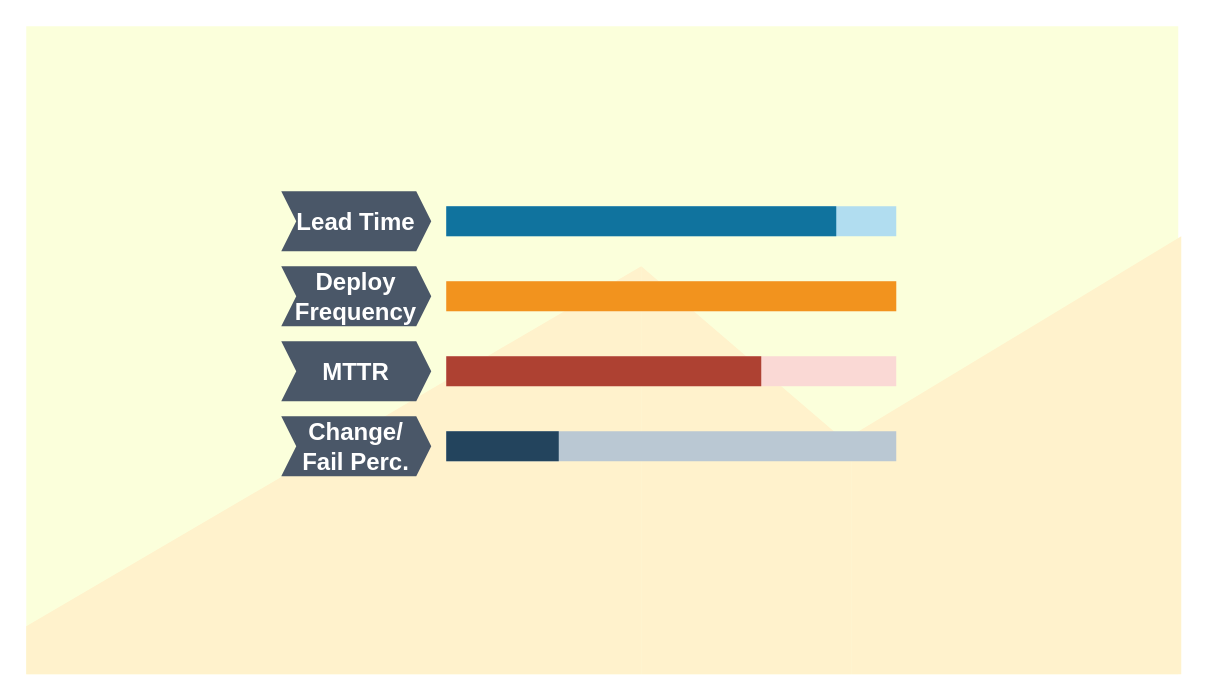
Above: assets/drawio/hero-four_key_metrics.drawio in steffenmueller4/steffenmueller4.github.io (draw.io), before the change. Source tidied: cells renumbered, new cells numbered last; positions are measured from the earlier drawing's top-left corner, leaving out a move shared by most shapes. Both pictures are drawn from the tidied source at 150%, with x=0, y=0 at pixel (26, 26).
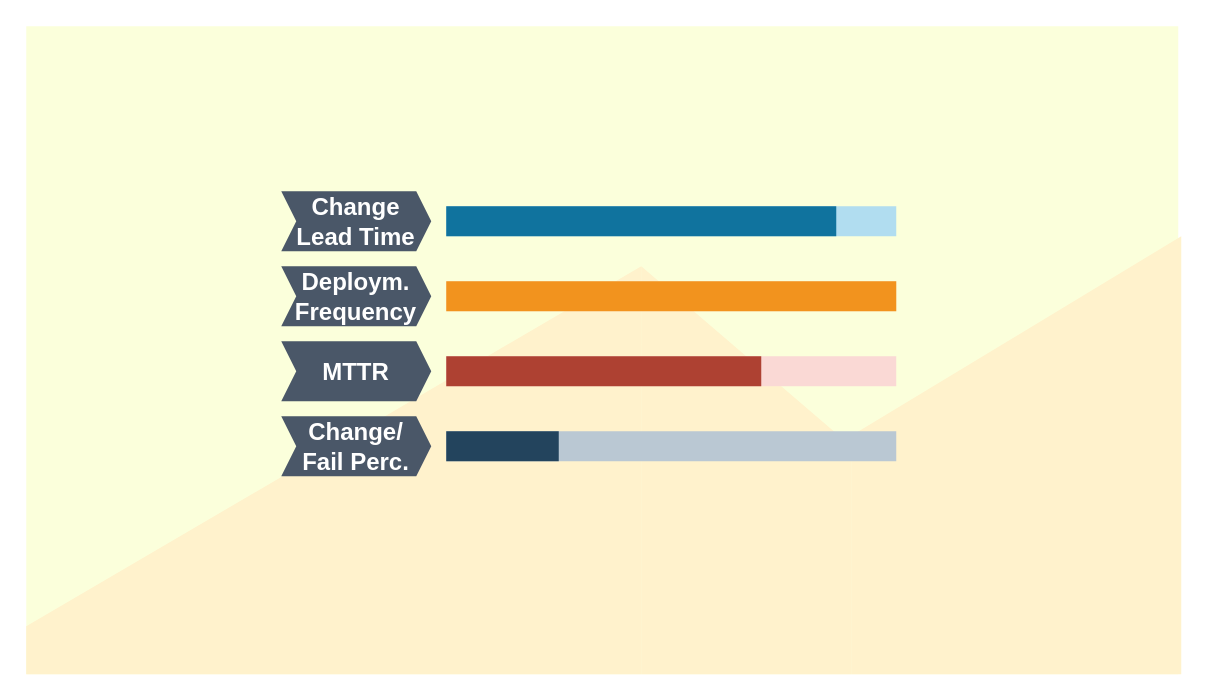
The same diagram, later.

Change to the diagram source:
```diff
@@
 <mxGraphModel>
   <root>
     <mxCell id="0" />
     <mxCell id="1" parent="0" />
     <mxCell id="2" style="rounded=0;whiteSpace=wrap;html=1;imageWidth=200;imageHeight=24;fillColor=#FBFFDB;strokeColor=none;gradientDirection=west;imageAspect=0;fontColor=#333333;fillStyle=auto;" parent="1" vertex="1">
       <mxGeometry width="768" height="432" as="geometry" />
     </mxCell>
     <mxCell id="3" style="shape=manualInput;whiteSpace=wrap;html=1;glass=0;comic=0;fillStyle=auto;fillColor=#FFF2CC;sketch=0;size=133;strokeColor=none;" parent="1" vertex="1">
       <mxGeometry x="550" y="140" width="220" height="292" as="geometry" />
     </mxCell>
     <mxCell id="4" style="shape=manualInput;whiteSpace=wrap;html=1;glass=0;comic=0;fillStyle=auto;fillColor=#FFF2CC;sketch=0;size=120;strokeColor=none;flipH=1;" parent="1" vertex="1">
       <mxGeometry x="410" y="160" width="140" height="272" as="geometry" />
     </mxCell>
     <mxCell id="5" style="shape=manualInput;whiteSpace=wrap;html=1;glass=0;comic=0;fillStyle=auto;fillColor=#FFF2CC;sketch=0;size=240;strokeColor=none;" parent="1" vertex="1">
       <mxGeometry y="160" width="410" height="272" as="geometry" />
     </mxCell>
-    <mxCell id="6" value="Lead Time" style="shape=step;perimeter=stepPerimeter;whiteSpace=wrap;html=1;fixedSize=1;size=10;fillColor=#4A5768;strokeColor=none;fontSize=16;fontColor=#ffffff;fontStyle=1;rounded=0;" parent="1" vertex="1">
+    <mxCell id="6" value="Change Lead Time" style="shape=step;perimeter=stepPerimeter;whiteSpace=wrap;html=1;fixedSize=1;size=10;fillColor=#4A5768;strokeColor=none;fontSize=16;fontColor=#ffffff;fontStyle=1;rounded=0;" parent="1" vertex="1">
       <mxGeometry x="170" y="110" width="100" height="40" as="geometry" />
     </mxCell>
     <mxCell id="7" style="whiteSpace=wrap;html=1;fixedSize=1;size=10;fillColor=#B1DDF0;strokeColor=none;" parent="1" vertex="1">
       <mxGeometry x="280" y="120" width="300" height="20" as="geometry" />
     </mxCell>
     <mxCell id="8" style="whiteSpace=wrap;html=1;fixedSize=1;size=10;fillColor=#10739E;strokeColor=none;shadow=0;" parent="1" vertex="1">
       <mxGeometry x="280" y="120" width="260" height="20" as="geometry" />
     </mxCell>
-    <mxCell id="9" value="Deploy Frequency" style="shape=step;perimeter=stepPerimeter;whiteSpace=wrap;html=1;fixedSize=1;size=10;fillColor=#4A5768;strokeColor=none;fontSize=16;fontColor=#ffffff;fontStyle=1;rounded=0;" parent="1" vertex="1">
+    <mxCell id="9" value="Deploym. Frequency" style="shape=step;perimeter=stepPerimeter;whiteSpace=wrap;html=1;fixedSize=1;size=10;fillColor=#4A5768;strokeColor=none;fontSize=16;fontColor=#ffffff;fontStyle=1;rounded=0;" parent="1" vertex="1">
       <mxGeometry x="170" y="160" width="100" height="40" as="geometry" />
     </mxCell>
     <mxCell id="10" style="whiteSpace=wrap;html=1;fixedSize=1;size=10;fillColor=#FCE7CD;strokeColor=none;" parent="1" vertex="1">
       <mxGeometry x="280" y="170" width="300" height="20" as="geometry" />
     </mxCell>
     <mxCell id="11" style="whiteSpace=wrap;html=1;fixedSize=1;size=10;fillColor=#F2931E;strokeColor=none;shadow=0;" parent="1" vertex="1">
       <mxGeometry x="280" y="170" width="300" height="20" as="geometry" />
     </mxCell>
     <mxCell id="12" value="MTTR" style="shape=step;perimeter=stepPerimeter;whiteSpace=wrap;html=1;fixedSize=1;size=10;fillColor=#4A5768;strokeColor=none;fontSize=16;fontColor=#ffffff;fontStyle=1;rounded=0;" parent="1" vertex="1">
       <mxGeometry x="170" y="210" width="100" height="40" as="geometry" />
     </mxCell>
     <mxCell id="13" style="whiteSpace=wrap;html=1;fixedSize=1;size=10;fillColor=#FAD9D5;strokeColor=none;" parent="1" vertex="1">
       <mxGeometry x="280" y="220" width="300" height="20" as="geometry" />
     </mxCell>
     <mxCell id="14" style="whiteSpace=wrap;html=1;fixedSize=1;size=10;fillColor=#AE4132;strokeColor=none;shadow=0;" parent="1" vertex="1">
       <mxGeometry x="280" y="220" width="210" height="20" as="geometry" />
     </mxCell>
     <mxCell id="15" value="Change/&lt;br&gt;Fail Perc." style="shape=step;perimeter=stepPerimeter;whiteSpace=wrap;html=1;fixedSize=1;size=10;fillColor=#4A5768;strokeColor=none;fontSize=16;fontColor=#ffffff;fontStyle=1;rounded=0;" parent="1" vertex="1">
       <mxGeometry x="170" y="260" width="100" height="40" as="geometry" />
     </mxCell>
     <mxCell id="16" style="whiteSpace=wrap;html=1;fixedSize=1;size=10;fillColor=#BAC8D3;strokeColor=none;" parent="1" vertex="1">
       <mxGeometry x="280" y="270" width="300" height="20" as="geometry" />
     </mxCell>
     <mxCell id="17" style="whiteSpace=wrap;html=1;fixedSize=1;size=10;fillColor=#23445D;strokeColor=none;shadow=0;" parent="1" vertex="1">
       <mxGeometry x="280" y="270" width="75" height="20" as="geometry" />
     </mxCell>
   </root>
 </mxGraphModel>
```
